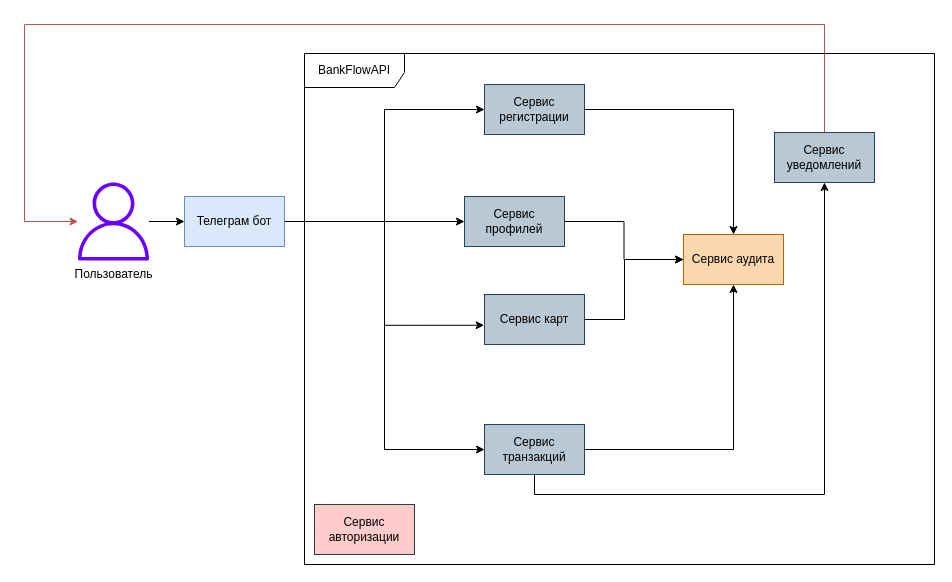
The draw.io diagram schema.drawio in artshestakov/bank_flow, before the edit. Source tidied: cells renumbered, new cells numbered last; positions are measured from the earlier drawing's top-left corner, leaving out a move shared by most shapes. Both pictures are drawn from the tidied source at 100%, with x=0, y=0 at pixel (24, 24).
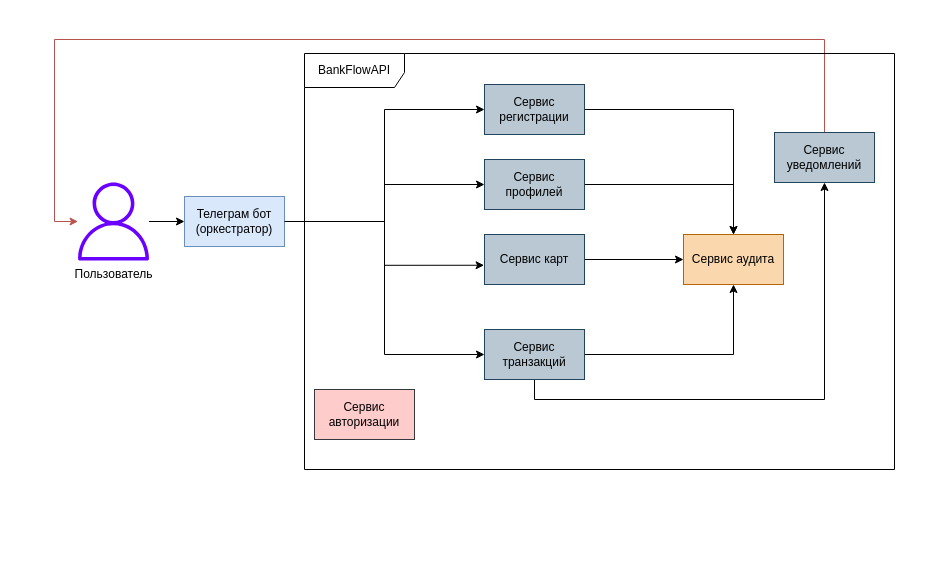
The same diagram, later.

Commit message (it also covers changes not shown here):
Доработка презентации и исправления схемы

Unchanged cells that the change refers to:
```xml
<mxCell id="16" value="Сервис уведомлений" style="rounded=0;whiteSpace=wrap;html=1;fillColor=#bac8d3;strokeColor=#23445d;" parent="1" vertex="1">
  <mxGeometry x="750" y="108" width="100" height="50" as="geometry" />
</mxCell>
<mxCell id="17" value="Сервис аудита" style="rounded=0;whiteSpace=wrap;html=1;fillColor=#fad7ac;strokeColor=#b46504;" parent="1" vertex="1">
  <mxGeometry x="659" y="210" width="100" height="50" as="geometry" />
</mxCell>
<mxCell id="19" value="&lt;font style=&quot;color: rgb(0, 0, 0);&quot;&gt;Пользователь&lt;/font&gt;" style="sketch=0;outlineConnect=0;dashed=0;verticalLabelPosition=bottom;verticalAlign=top;align=center;html=1;fontSize=12;fontStyle=0;shape=mxgraph.aws4.user;fillColor=#6a00ff;fontColor=#ffffff;strokeColor=#3700CC;" parent="1" vertex="1">
  <mxGeometry x="50" y="158" width="78" height="78" as="geometry" />
</mxCell>
```

Diff of the diagram source:
```diff
@@
-    <mxCell id="5" value="Телеграм бот" style="rounded=0;whiteSpace=wrap;html=1;fillColor=#dae8fc;strokeColor=#6c8ebf;" parent="1" vertex="1">
+    <mxCell id="5" value="Телеграм бот (оркестратор)" style="rounded=0;whiteSpace=wrap;html=1;fillColor=#dae8fc;strokeColor=#6c8ebf;" parent="1" vertex="1">
       <mxGeometry x="160" y="172" width="100" height="50" as="geometry" />
     </mxCell>
@@
     <mxCell id="9" value="Сервис профилей" style="rounded=0;whiteSpace=wrap;html=1;fillColor=#bac8d3;strokeColor=#23445d;" parent="1" vertex="1">
-      <mxGeometry x="440" y="172" width="100" height="50" as="geometry" />
+      <mxGeometry x="460" y="135" width="100" height="50" as="geometry" />
     </mxCell>
+    <mxCell id="11" style="edgeStyle=orthogonalEdgeStyle;rounded=0;jettySize=auto;html=1;entryX=0.5;entryY=1;entryDx=0;entryDy=0;exitX=0.5;exitY=1;exitDx=0;exitDy=0;" parent="1" edge="1" source="14" target="16">
+      <mxGeometry relative="1" as="geometry" />
+    </mxCell>
     <mxCell id="10" style="edgeStyle=orthogonalEdgeStyle;rounded=0;jettySize=auto;html=1;entryX=0;entryY=0.5;entryDx=0;entryDy=0;" parent="1" edge="1" source="12" target="17">
-      <mxGeometry relative="1" as="geometry">
-        <Array as="points">
-          <mxPoint x="600" y="295" />
-          <mxPoint x="600" y="235" />
-        </Array>
-      </mxGeometry>
+      <mxGeometry relative="1" as="geometry" />
     </mxCell>
-    <mxCell id="11" style="edgeStyle=orthogonalEdgeStyle;rounded=0;jettySize=auto;html=1;entryX=0.5;entryY=1;entryDx=0;entryDy=0;exitX=0.5;exitY=1;exitDx=0;exitDy=0;" parent="1" edge="1" source="14" target="16">
-      <mxGeometry relative="1" as="geometry" />
-    </mxCell>
     <mxCell id="12" value="Сервис карт" style="rounded=0;whiteSpace=wrap;html=1;fillColor=#bac8d3;strokeColor=#23445d;" parent="1" vertex="1">
-      <mxGeometry x="460" y="270" width="100" height="50" as="geometry" />
+      <mxGeometry x="460" y="210" width="100" height="50" as="geometry" />
     </mxCell>
@@
     <mxCell id="14" value="Сервис транзакций" style="rounded=0;whiteSpace=wrap;html=1;fillColor=#bac8d3;strokeColor=#23445d;" parent="1" vertex="1">
-      <mxGeometry x="460" y="400" width="100" height="50" as="geometry" />
+      <mxGeometry x="460" y="305" width="100" height="50" as="geometry" />
     </mxCell>
     <mxCell id="15" style="edgeStyle=orthogonalEdgeStyle;rounded=0;jettySize=auto;html=1;exitX=0.5;exitY=0;exitDx=0;exitDy=0;fillColor=#f8cecc;strokeColor=#b85450;" parent="1" edge="1" source="16" target="19">
       <mxGeometry relative="1" as="geometry">
         <Array as="points">
-          <mxPoint x="800" />
-          <mxPoint />
-          <mxPoint y="197" />
+          <mxPoint x="800" y="15" />
+          <mxPoint x="30" y="15" />
+          <mxPoint x="30" y="197" />
         </Array>
       </mxGeometry>
     </mxCell>
@@
     <mxCell id="20" value="BankFlowAPI" style="shape=umlFrame;whiteSpace=wrap;html=1;width=100;height=34;" parent="1" vertex="1">
-      <mxGeometry x="280" y="29" width="630" height="511" as="geometry" />
+      <mxGeometry x="280" y="29" width="590" height="416" as="geometry" />
     </mxCell>
@@
     <mxCell id="22" value="Сервис авторизации" style="rounded=0;whiteSpace=wrap;html=1;fillColor=#ffcccc;strokeColor=#36393d;" parent="1" vertex="1">
-      <mxGeometry x="290" y="480" width="100" height="50" as="geometry" />
+      <mxGeometry x="290" y="365" width="100" height="50" as="geometry" />
     </mxCell>
```
